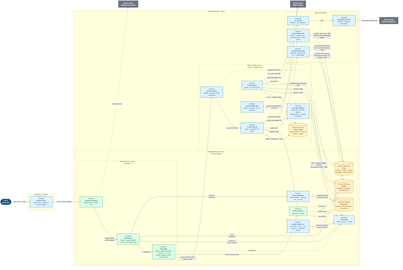
This is products/voice-agent/docs/architecture/deployment-security.png from ragavsathish/agent-workload-platform, a Mermaid export, as it was before one commit. Its source is kept beside it as products/voice-agent/docs/architecture/deployment-security.mmd.
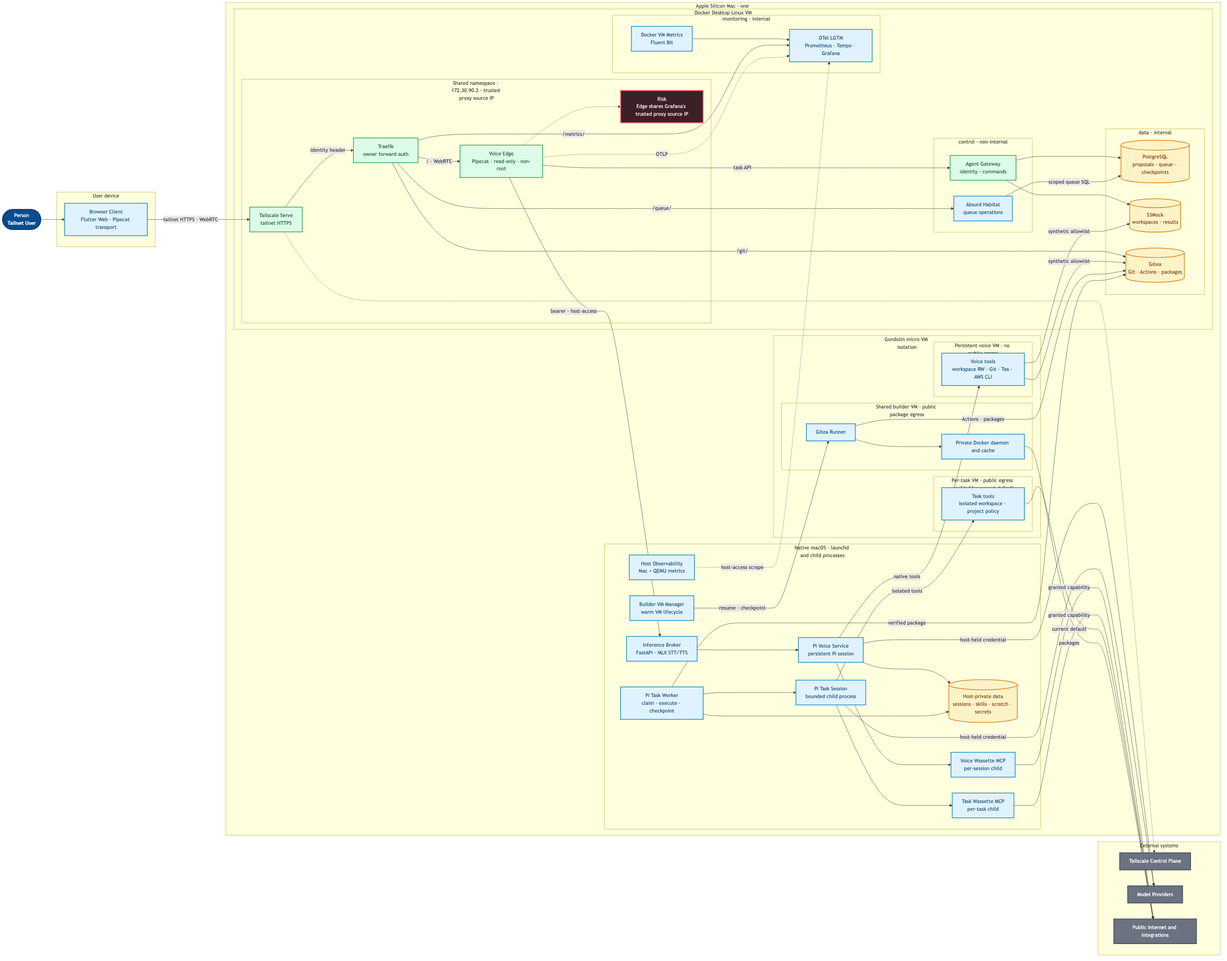
The same file after the commit.

The edit, as a diff of the source:
```diff
@@ -1,98 +1,124 @@
 flowchart LR
     USER(["Person<br/><b>Tailnet User</b>"])
-    CONTROL["External system<br/><b>Tailscale Control Plane</b>"]
-    MODELS["External system<br/><b>Model Providers</b>"]
-    EXTERNAL["External system<br/><b>Optional Integrations</b>"]
 
-    subgraph DEVICE["User device · Safari or WebRTC browser"]
-        BROWSER["Container<br/><b>Browser Client</b><br/>Flutter Web · Pipecat JS transport adapter"]
+    subgraph DEVICE["User device"]
+        BROWSER["Browser Client<br/>Flutter Web · Pipecat transport"]
     end
 
-    subgraph MAC["Apple Silicon Mac · macOS"]
+    subgraph MAC["Apple Silicon Mac · one macOS user boundary"]
         direction LR
 
-        subgraph DOCKER["Docker Desktop Linux VM · Docker Compose"]
+        subgraph DOCKER["Docker Desktop Linux VM"]
             direction TB
-            subgraph EDGE_NS["Shared Tailscale network namespace"]
-                direction LR
-                INGRESS["Container<br/><b>Tailnet Auth Ingress</b><br/>Tailscale Serve · HTTPS :443"]
-                ROUTER["Container<br/><b>Path Router</b><br/>Traefik · loopback :8080 · exact-owner forward-auth"]
-                EDGE["Container<br/><b>Voice Edge</b><br/>Pipecat · RNNoise/VoxLock · read-only · non-root<br/>model in image · owner sample secret"]
-                INGRESS -->|"loopback HTTP<br/>injected identity"| ROUTER
-                ROUTER -->|"/ · WebSocket"| EDGE
+            subgraph TRUST_NS["Shared namespace · 172.30.90.2 · trusted proxy source IP"]
+                direction TB
+                INGRESS["Tailscale Serve<br/>tailnet HTTPS"]
+                ROUTER["Traefik<br/>owner forward-auth"]
+                EDGE["Voice Edge<br/>Pipecat · read-only · non-root"]
+                TRUST_RISK["Risk<br/>Edge shares Grafana's trusted proxy source IP"]
+                INGRESS -->|"identity header"| ROUTER
+                ROUTER -->|"/ · WebRTC"| EDGE
+                EDGE -.-> TRUST_RISK
             end
-            GATEWAY["Container<br/><b>Agent Gateway</b><br/>read-only · non-root"]
-            POSTGRES[("Container database<br/><b>PostgreSQL</b><br/>proposals · Absurd queue · checkpoints")]
-            HABITAT["Container<br/><b>Queue Dashboard</b><br/>Absurd Habitat · read-only root · non-root"]
-            S3[("Container data store<br/><b>S3Mock</b><br/>immutable workspaces · bounded results")]
-            GITEA[("Container data store<br/><b>Gitea</b><br/>rootless · Git refs + image packages · named volumes")]
-            DOCKER_METRICS["Container<br/><b>Docker VM Metrics</b><br/>Fluent Bit · /proc + /sys read-only · no Docker socket"]
-            OTEL["Container<br/><b>OTel LGTM</b><br/>metrics · traces · no logs"]
-            GATEWAY -->|"private SQL"| POSTGRES
-            HABITAT -->|"scoped Absurd SQL<br/>no proposal access"| POSTGRES
-            GATEWAY -->|"private S3 API"| S3
+
+            subgraph CONTROL_NET["control · non-internal"]
+                GATEWAY["Agent Gateway<br/>identity · commands"]
+                HABITAT["Absurd Habitat<br/>queue operations"]
+            end
+
+            subgraph DATA_NET["data · internal"]
+                POSTGRES[("PostgreSQL<br/>proposals · queue · checkpoints")]
+                S3[("S3Mock<br/>workspaces · results")]
+                GITEA[("Gitea<br/>Git · Actions · packages")]
+            end
+
+            subgraph MONITOR_NET["monitoring · internal"]
+                DOCKER_METRICS["Docker VM Metrics<br/>Fluent Bit"]
+                OTEL["OTel LGTM<br/>Prometheus · Tempo · Grafana"]
+                DOCKER_METRICS --> OTEL
+            end
+
+            EDGE -->|"task API"| GATEWAY
+            GATEWAY --> POSTGRES
+            GATEWAY --> S3
+            HABITAT -->|"scoped queue SQL"| POSTGRES
+            ROUTER -->|"/queue/"| HABITAT
+            ROUTER -->|"/git/"| GITEA
+            ROUTER -->|"/metrics/"| OTEL
+            EDGE -.->|"OTLP"| OTEL
         end
 
-        subgraph NATIVE["Native macOS services · launchd · loopback only"]
+        subgraph NATIVE["Native macOS · launchd and child processes"]
             direction TB
-            BROKER["Container<br/><b>Inference Broker</b><br/>FastAPI · Parakeet v3 MLX · MLX Kokoro"]
-            PI["Container<br/><b>Pi Voice Service</b><br/>Node.js · persistent Pi session"]
-            WORKER["Container<br/><b>Pi Task Worker</b><br/>Python · concurrency one"]
-            BUILDER_MANAGER["Container<br/><b>Builder VM Manager</b><br/>Node.js · launchd · runner credential"]
-            HOST_METRICS["Container<br/><b>Host Observability</b><br/>Fluent Bit + Gondolin exporter<br/>loopback only · no guest credentials"]
-            RUNTIME[("Private data store<br/><b>Runtime Data</b><br/>copied runtimes · secrets · sessions · scratch")]
-            BROKER -->|"bearer HTTP :9446"| PI
-            PI -->|"sessions · workspace · skills"| RUNTIME
-            WORKER -->|"scratch · copied runtime"| RUNTIME
+            BROKER["Inference Broker<br/>FastAPI · MLX STT/TTS"]
+            PI["Pi Voice Service<br/>persistent Pi session"]
+            WORKER["Pi Task Worker<br/>claim · execute · checkpoint"]
+            TASK_PI["Pi Task Session<br/>bounded child process"]
+            BUILDER_MANAGER["Builder VM Manager<br/>warm VM lifecycle"]
+            VOICE_WASSETTE["Voice Wassette MCP<br/>per-session child"]
+            TASK_WASSETTE["Task Wassette MCP<br/>per-task child"]
+            HOST_METRICS["Host Observability<br/>Mac + QEMU metrics"]
+            RUNTIME[("Host-private data<br/>sessions · skills · scratch · secrets")]
+
+            BROKER --> PI
+            PI --> RUNTIME
+            WORKER --> RUNTIME
+            WORKER --> TASK_PI
+            PI --> VOICE_WASSETTE
+            TASK_PI --> TASK_WASSETTE
         end
 
-        subgraph ISOLATION["Agent tool isolation"]
+        subgraph VMS["Gondolin micro-VM isolation"]
             direction TB
-            VOICE_VM["Container<br/><b>Persistent Voice VM</b><br/>Gondolin · AWS/Git/Tea CLI · workspace RW"]
-            TASK_VM["Container<br/><b>Per-task VM</b><br/>Gondolin · one workspace"]
-            BUILDER_VM["Container<br/><b>Shared Builder VM</b><br/>Gondolin · Gitea Runner · private Docker · no host socket"]
-            WASSETTE["Container<br/><b>Integration Runtime</b><br/>Wassette · declared permissions"]
-            TASK_VM -->|"MCP"| WASSETTE
+            subgraph VOICE_VM["Persistent voice VM · no public egress"]
+                VOICE_TOOLS["Voice tools<br/>workspace RW · Git · Tea · AWS CLI"]
+            end
+            subgraph TASK_VM["Per-task VM · public egress enabled by current default"]
+                TASK_TOOLS["Task tools<br/>isolated workspace · project policy"]
+            end
+            subgraph BUILDER_VM["Shared builder VM · public package egress"]
+                RUNNER["Gitea Runner"]
+                DOCKERD["Private Docker daemon and cache"]
+                RUNNER --> DOCKERD
+            end
         end
 
-        EDGE -->|"bearer HTTP via host gateway :9443"| BROKER
-        EDGE -->|"control network :9444"| GATEWAY
-        PI -->|"loopback :9444"| GATEWAY
-        WORKER -->|"loopback :54329"| POSTGRES
-        WORKER -->|"loopback :9090"| S3
-        BUILDER_MANAGER -->|"resume and checkpoint warm VM"| BUILDER_VM
-        BUILDER_VM -->|"synthetic Gitea route :3001<br/>workflow jobs and package upload"| GITEA
-        WORKER -->|"verified package download :3001"| GITEA
-        PI -->|"native tools"| VOICE_VM
-        WORKER -->|"Pi extension"| TASK_VM
-        VOICE_VM -->|"synthetic HTTP allowlist<br/>restricted read token via loopback :3001"| GITEA
-        VOICE_VM -->|"synthetic HTTP allowlist<br/>host rewrite to loopback :9090"| S3
-        EDGE -.->|"OTLP/HTTP"| OTEL
-        GATEWAY -.->|"OTLP/HTTP"| OTEL
-        BROKER -.->|"loopback OTLP/HTTP"| OTEL
-        PI -.->|"register voice QEMU PID"| HOST_METRICS
-        WORKER -.->|"register task QEMU PID"| HOST_METRICS
-        DOCKER_METRICS -->|"Prometheus metrics<br/>internal network"| OTEL
-        HOST_METRICS -->|"Mac + registered QEMU metrics<br/>host gateway :2022 · :9465"| OTEL
-        ROUTER -->|"/metrics/<br/>control network"| OTEL
-        ROUTER -->|"/git/<br/>strip prefix"| GITEA
-        ROUTER -->|"/queue/<br/>owner only"| HABITAT
+        EDGE -->|"bearer · host-access"| BROKER
+        PI -->|"native tools"| VOICE_TOOLS
+        TASK_PI -->|"isolated tools"| TASK_TOOLS
+        BUILDER_MANAGER -->|"resume · checkpoint"| RUNNER
+        VOICE_TOOLS -->|"synthetic allowlist"| GITEA
+        VOICE_TOOLS -->|"synthetic allowlist"| S3
+        RUNNER -->|"Actions · packages"| GITEA
+        WORKER -->|"verified package"| GITEA
+        HOST_METRICS -.->|"host-access scrape"| OTEL
     end
 
-    USER -->|"talk · listen · review"| BROWSER
-    BROWSER -->|"tailnet HTTPS · WebRTC"| INGRESS
-    INGRESS -.->|"control protocol"| CONTROL
-    PI -->|"host-held credentials"| MODELS
-    WORKER -->|"host-held credentials"| MODELS
-    WASSETTE -->|"permission-scoped HTTPS"| EXTERNAL
+    subgraph EXTERNAL["External systems"]
+        direction TB
+        CONTROL["Tailscale Control Plane"]
+        MODELS["Model Providers"]
+        INTERNET["Public Internet and Integrations"]
+    end
+
+    USER --> BROWSER -->|"tailnet HTTPS · WebRTC"| INGRESS
+    INGRESS -.-> CONTROL
+    PI -->|"host-held credential"| MODELS
+    TASK_PI -->|"host-held credential"| MODELS
+    VOICE_WASSETTE -->|"granted capability"| INTERNET
+    TASK_WASSETTE -->|"granted capability"| INTERNET
+    TASK_TOOLS -->|"current default"| INTERNET
+    DOCKERD -->|"packages"| INTERNET
 
     classDef person fill:#084c8d,color:#fff,stroke:#05345f,stroke-width:2px;
     classDef external fill:#6b7280,color:#fff,stroke:#374151,stroke-width:2px;
-    classDef container fill:#e0f2fe,color:#0c4a6e,stroke:#0284c7,stroke-width:2px;
+    classDef runtime fill:#e0f2fe,color:#0c4a6e,stroke:#0284c7,stroke-width:2px;
     classDef security fill:#dcfce7,color:#14532d,stroke:#16a34a,stroke-width:2px;
+    classDef warning fill:#3b2027,color:#ffd7de,stroke:#ff778a,stroke-width:3px;
     classDef data fill:#fef3c7,color:#78350f,stroke:#d97706,stroke-width:2px;
     class USER person;
-    class CONTROL,MODELS,EXTERNAL external;
-    class BROWSER,BROKER,PI,WORKER,BUILDER_MANAGER,HOST_METRICS,VOICE_VM,TASK_VM,BUILDER_VM,WASSETTE,HABITAT,DOCKER_METRICS,OTEL container;
+    class CONTROL,MODELS,INTERNET external;
+    class BROWSER,BROKER,PI,WORKER,TASK_PI,BUILDER_MANAGER,VOICE_WASSETTE,TASK_WASSETTE,HOST_METRICS,VOICE_TOOLS,TASK_TOOLS,RUNNER,DOCKERD,HABITAT,DOCKER_METRICS,OTEL runtime;
     class INGRESS,ROUTER,EDGE,GATEWAY security;
+    class TRUST_RISK warning;
     class POSTGRES,S3,GITEA,RUNTIME data;
```
